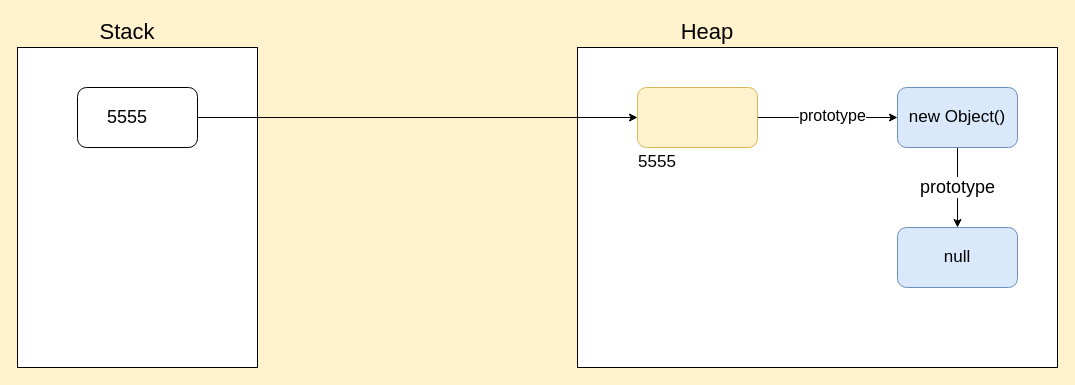
Earlier version of the draw.io diagram Supporting Docs/Bajaj_Fin_Jan_24.drawio (SumeetWajpe/Bajaj_Fin_MERN_Jan_24). Source tidied: cells renumbered, new cells numbered last; positions are measured from the earlier drawing's top-left corner, leaving out a move shared by most shapes. Both pictures are drawn from the tidied source at 100%, with x=0, y=0 at pixel (17, 17).
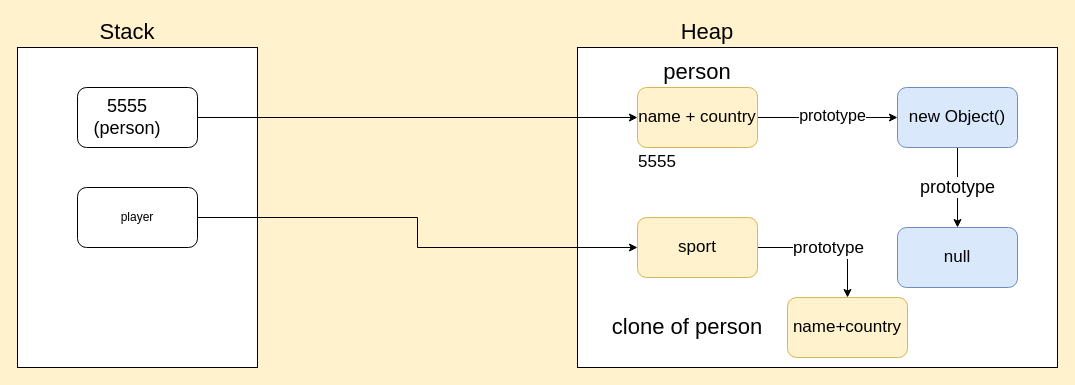
Above is the later version.

Commit message (it also covers changes not shown here):
✨ using custom constructor for inheritance

The edit, as a diff of the source:
```diff
@@
-    <mxCell id="10" style="whiteSpace=wrap;html=1;rounded=1;fontSize=17;fillColor=#fff2cc;strokeColor=#d6b656;" parent="1" vertex="1">
+    <mxCell id="10" value="name + country" style="whiteSpace=wrap;html=1;rounded=1;fontSize=17;fillColor=#fff2cc;strokeColor=#d6b656;" parent="1" vertex="1">
       <mxGeometry x="620" y="70" width="120" height="60" as="geometry" />
     </mxCell>
@@
-    <mxCell id="12" value="5555" style="text;html=1;strokeColor=none;fillColor=none;align=center;verticalAlign=middle;whiteSpace=wrap;rounded=0;fontSize=18;" parent="1" vertex="1">
+    <mxCell id="12" value="5555 (person)" style="text;html=1;strokeColor=none;fillColor=none;align=center;verticalAlign=middle;whiteSpace=wrap;rounded=0;fontSize=18;" parent="1" vertex="1">
       <mxGeometry x="80" y="85" width="60" height="30" as="geometry" />
     </mxCell>
@@
+    <mxCell id="16" style="edgeStyle=orthogonalEdgeStyle;rounded=0;jettySize=auto;html=1;entryX=0;entryY=0.5;entryDx=0;entryDy=0;" parent="1" edge="1" source="17" target="20">
+      <mxGeometry relative="1" as="geometry" />
+    </mxCell>
+    <mxCell id="17" value="player" style="rounded=1;whiteSpace=wrap;html=1;" parent="1" vertex="1">
+      <mxGeometry x="60" y="170" width="120" height="60" as="geometry" />
+    </mxCell>
+    <mxCell id="18" style="edgeStyle=orthogonalEdgeStyle;rounded=0;jettySize=auto;html=1;" parent="1" edge="1" source="20" target="21">
+      <mxGeometry relative="1" as="geometry" />
+    </mxCell>
+    <mxCell id="19" value="prototype" style="edgeLabel;html=1;align=center;verticalAlign=middle;fontSize=17;" parent="18" vertex="1">
+      <mxGeometry x="-0.49" relative="1" as="geometry">
+        <mxPoint x="34" as="offset" />
+      </mxGeometry>
+    </mxCell>
+    <mxCell id="20" value="sport" style="whiteSpace=wrap;html=1;rounded=1;fontSize=17;fillColor=#fff2cc;strokeColor=#d6b656;" parent="1" vertex="1">
+      <mxGeometry x="620" y="200" width="120" height="60" as="geometry" />
+    </mxCell>
+    <mxCell id="21" value="name+country" style="whiteSpace=wrap;html=1;rounded=1;fontSize=17;fillColor=#fff2cc;strokeColor=#d6b656;" parent="1" vertex="1">
+      <mxGeometry x="770" y="280" width="120" height="60" as="geometry" />
+    </mxCell>
+    <mxCell id="22" value="person" style="text;html=1;strokeColor=none;fillColor=none;align=center;verticalAlign=middle;whiteSpace=wrap;rounded=0;fontSize=22;" parent="1" vertex="1">
+      <mxGeometry x="650" y="40" width="60" height="30" as="geometry" />
+    </mxCell>
+    <mxCell id="23" value="clone of person" style="text;html=1;strokeColor=none;fillColor=none;align=center;verticalAlign=middle;whiteSpace=wrap;rounded=0;fontSize=22;" parent="1" vertex="1">
+      <mxGeometry x="580" y="295" width="180" height="30" as="geometry" />
+    </mxCell>
```
